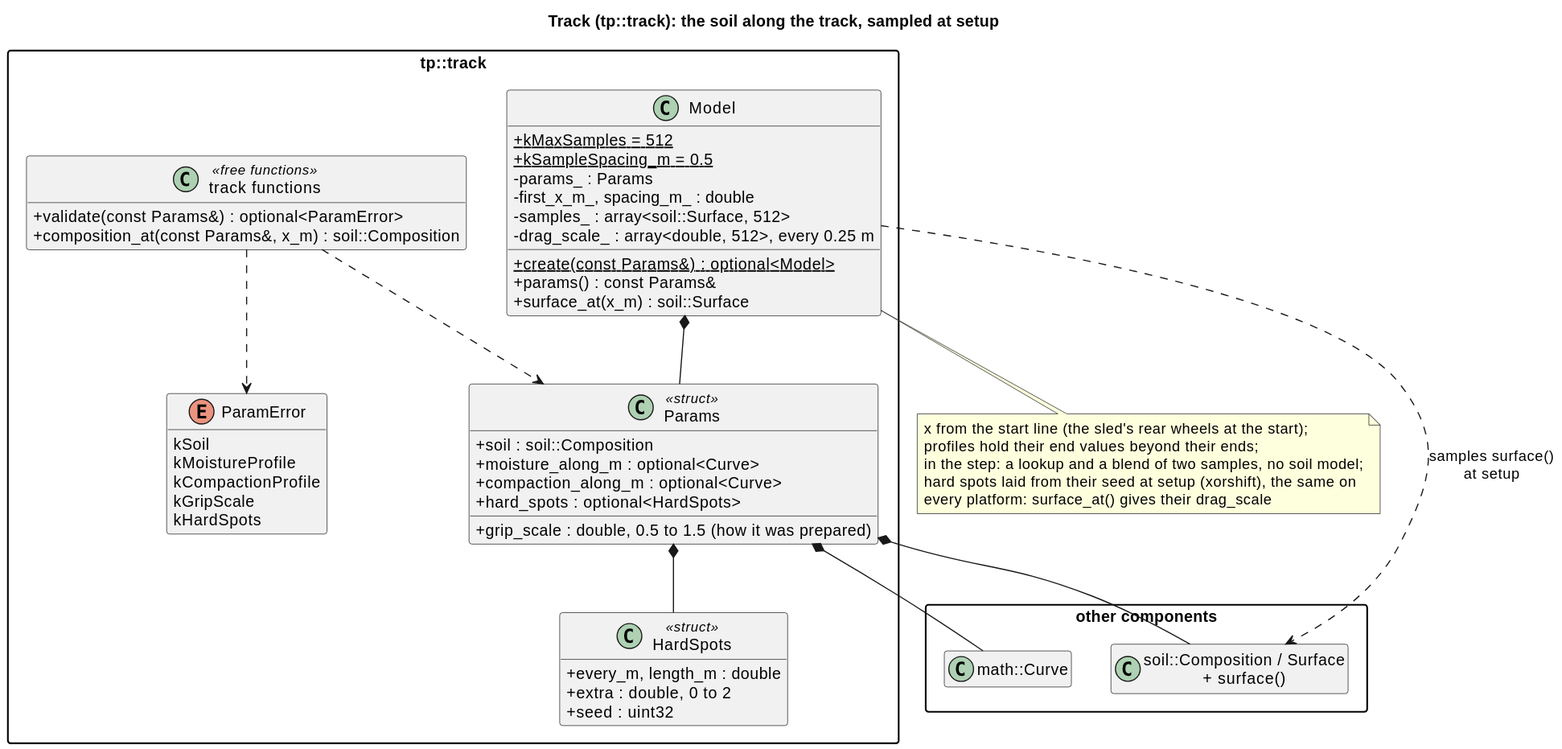
Before: docs/diagrams/svg/track_classes.svg, a diagram exported from PlantUML (wversteeg/TractorPulling).
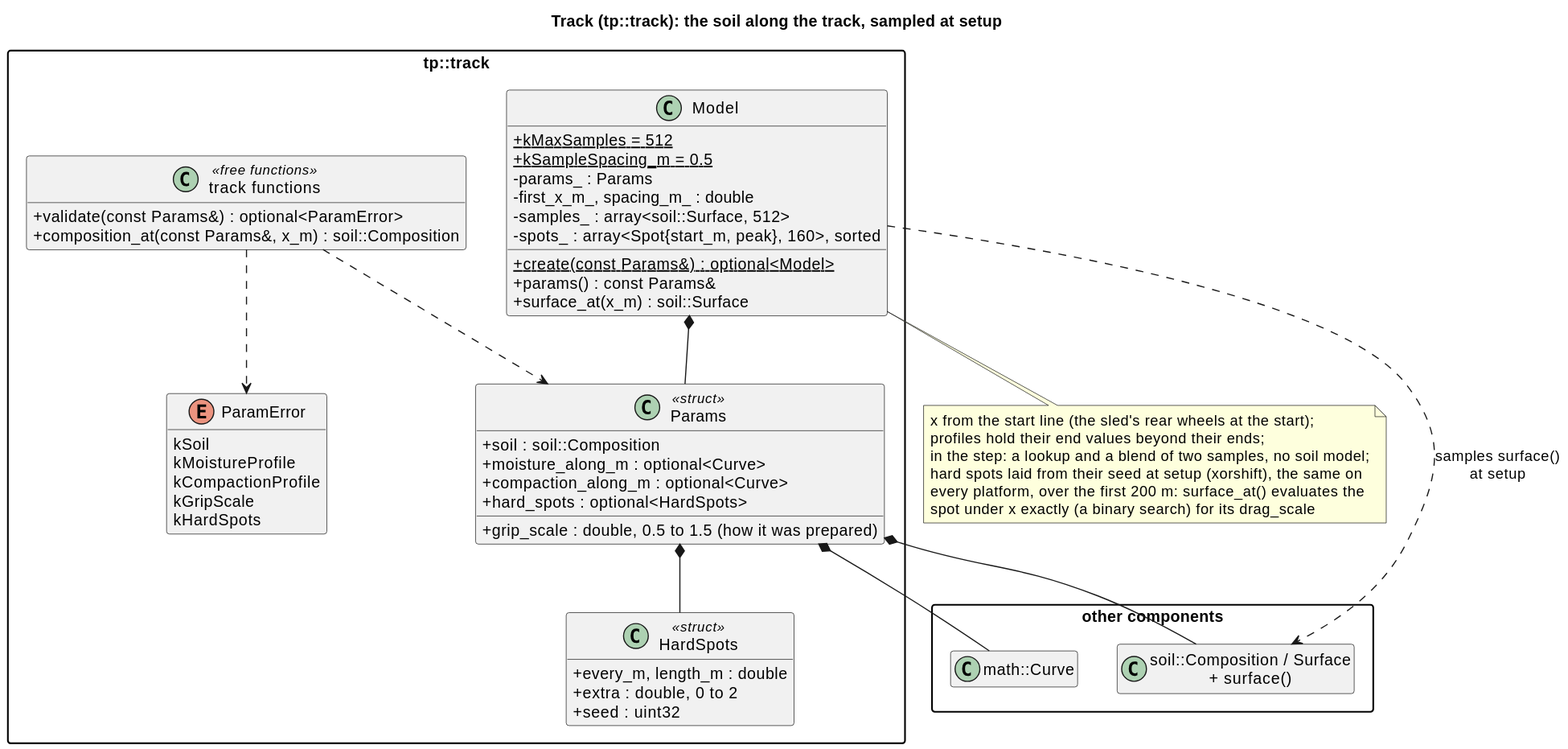
After the commit.

Commit message:
Review: hard spots evaluated exactly, the drag even past them; nits

The edit, as a diff of the source:
```diff
@@ -28,7 +28,7 @@
     -params_ : Params
     -first_x_m_, spacing_m_ : double
     -samples_ : array<soil::Surface, 512>
-    -drag_scale_ : array<double, 512>, every 0.25 m
+    -spots_ : array<Spot{start_m, peak}, 160>, sorted
     +{static} create(const Params&) : optional<Model>
     +params() : const Params&
     +surface_at(x_m) : soil::Surface
@@ -57,6 +57,7 @@
   profiles hold their end values beyond their ends;
   in the step: a lookup and a blend of two samples, no soil model;
   hard spots laid from their seed at setup (xorshift), the same on
-  every platform: surface_at() gives their drag_scale
+  every platform, over the first 200 m: surface_at() evaluates the
+  spot under x exactly (a binary search) for its drag_scale
 end note
 @enduml
```
